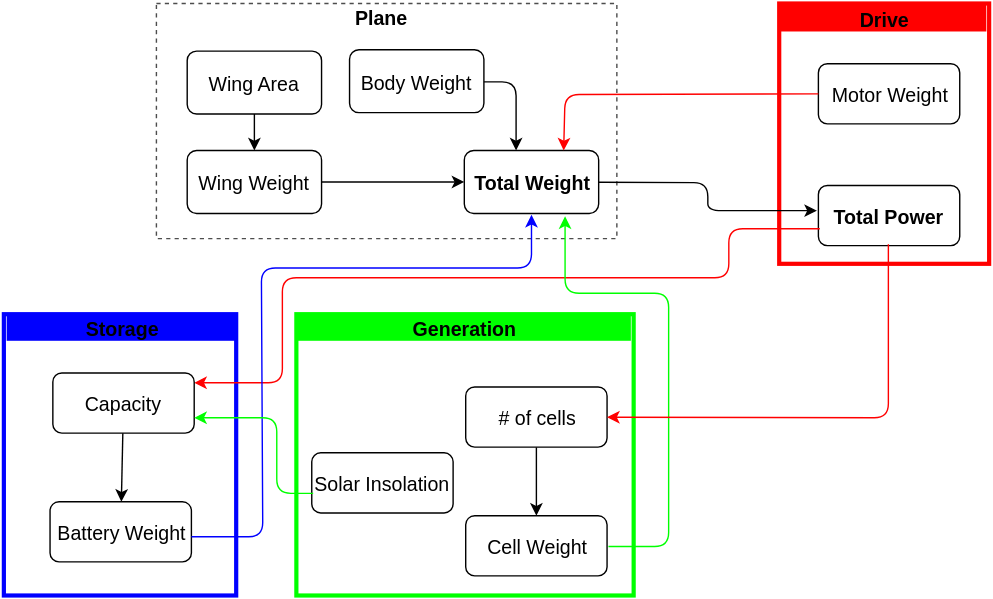
eae58cf1/eae58cf1.github.com keeps this draw.io diagram as assets/projects/perpetual/masterplan-parameters.svg. Above is the earlier version. Source tidied: cells renumbered, new cells last; positions are measured from the earlier drawing's top-left corner, leaving out a move shared by most shapes.
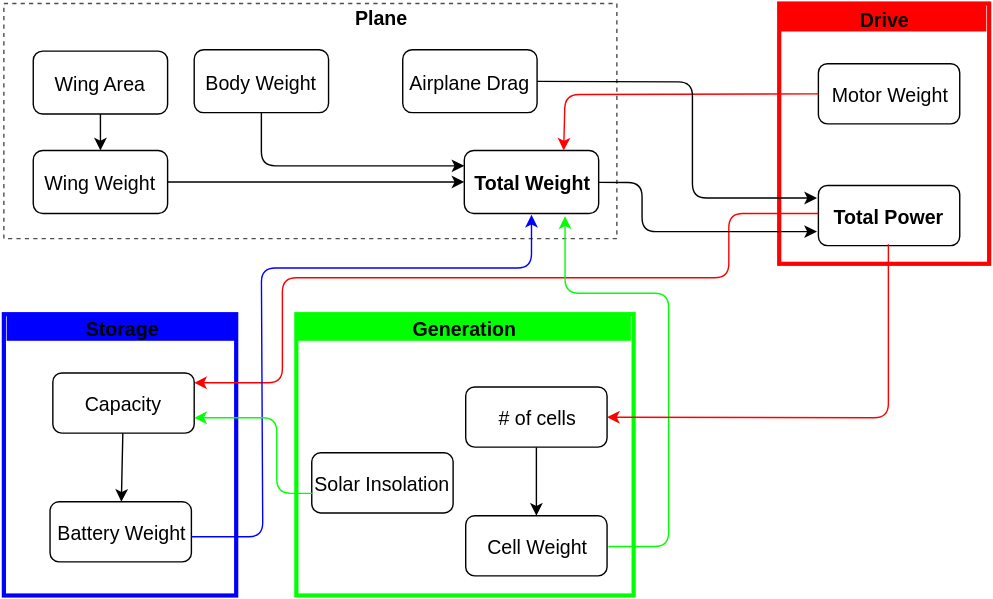
Later version of the same file.

What changed in the source:
```diff
@@ -9,31 +9,30 @@
       <mxGeometry x="209" y="222" width="241" height="201" as="geometry" />
     </mxCell>
     <mxCell id="4" style="whiteSpace=wrap;html=1;fontSize=14;dashed=1;strokeColor=#4D4D4D;" parent="1" vertex="1">
-      <mxGeometry x="109" width="329" height="168" as="geometry" />
+      <mxGeometry width="438" height="168" as="geometry" />
     </mxCell>
     <mxCell id="5" value="Plane" style="text;html=1;strokeColor=none;fillColor=none;align=center;verticalAlign=middle;whiteSpace=wrap;fontStyle=1;fontSize=14;" parent="1" vertex="1">
       <mxGeometry x="250" width="40" height="20" as="geometry" />
     </mxCell>
     <mxCell id="6" value="Wing Area" style="rounded=1;whiteSpace=wrap;html=1;fontSize=14;" parent="1" vertex="1">
-      <mxGeometry x="131" y="34" width="96" height="45" as="geometry" />
+      <mxGeometry x="21" y="34" width="96" height="45" as="geometry" />
     </mxCell>
     <mxCell id="7" value="Wing Weight" style="rounded=1;whiteSpace=wrap;html=1;fontSize=14;" parent="1" vertex="1">
-      <mxGeometry x="131" y="105" width="96" height="45" as="geometry" />
+      <mxGeometry x="21" y="105" width="96" height="45" as="geometry" />
     </mxCell>
     <mxCell id="8" style="edgeStyle=orthogonalEdgeStyle;rounded=0;html=1;jettySize=auto;fontSize=14;" parent="1" edge="1" source="6" target="7">
       <mxGeometry relative="1" as="geometry" />
     </mxCell>
     <mxCell id="9" value="Body Weight" style="rounded=1;whiteSpace=wrap;html=1;fontSize=14;" parent="1" vertex="1">
-      <mxGeometry x="247" y="33" width="96" height="45" as="geometry" />
+      <mxGeometry x="136" y="33" width="96" height="45" as="geometry" />
     </mxCell>
     <mxCell id="10" value="Total Weight" style="rounded=1;whiteSpace=wrap;html=1;fontSize=14;fontStyle=1;" parent="1" vertex="1">
       <mxGeometry x="329" y="105" width="96" height="45" as="geometry" />
     </mxCell>
-    <mxCell id="11" style="endArrow=classic;html=1;fontSize=14;exitX=1;exitY=0.511;exitPerimeter=0;" parent="1" edge="1" source="9">
+    <mxCell id="11" style="endArrow=classic;html=1;fontSize=14;entryX=0;entryY=0.244;entryPerimeter=0;" parent="1" edge="1" source="9" target="10">
       <mxGeometry relative="1" as="geometry">
-        <mxPoint x="366" y="105" as="targetPoint" />
         <Array as="points">
-          <mxPoint x="366" y="56" />
+          <mxPoint x="184" y="116" />
         </Array>
       </mxGeometry>
     </mxCell>
@@ -55,22 +54,23 @@
     <mxCell id="17" value="Battery Weight" style="rounded=1;whiteSpace=wrap;html=1;fontSize=14;" parent="1" vertex="1">
       <mxGeometry x="33" y="356" width="101" height="43" as="geometry" />
     </mxCell>
-    <mxCell id="18" style="endArrow=classic;html=1;strokeColor=#FF0000;fontSize=14;entryX=1;entryY=0.163;entryPerimeter=0;" parent="1" edge="1" target="24">
+    <mxCell id="18" style="endArrow=classic;html=1;strokeColor=#FF0000;fontSize=14;entryX=1;entryY=0.163;entryPerimeter=0;exitX=0;exitY=0.465;exitPerimeter=0;" parent="1" edge="1" source="16" target="24">
       <mxGeometry relative="1" as="geometry">
-        <mxPoint x="583" y="161" as="sourcePoint" />
         <Array as="points">
-          <mxPoint x="518" y="161" />
+          <mxPoint x="518" y="150" />
           <mxPoint x="518" y="196" />
           <mxPoint x="199" y="196" />
           <mxPoint x="199" y="271" />
         </Array>
       </mxGeometry>
     </mxCell>
-    <mxCell id="19" style="endArrow=classic;html=1;fontSize=14;entryX=-0.01;entryY=0.419;entryPerimeter=0;" parent="1" edge="1" source="10" target="16">
+    <mxCell id="19" style="endArrow=classic;html=1;fontSize=14;" parent="1" edge="1" source="10">
       <mxGeometry relative="1" as="geometry">
+        <mxPoint x="581" y="163" as="targetPoint" />
         <Array as="points">
-          <mxPoint x="503" y="128" />
-          <mxPoint x="503" y="148" />
+          <mxPoint x="456" y="128" />
+          <mxPoint x="456" y="163" />
+          <mxPoint x="503" y="163" />
         </Array>
       </mxGeometry>
     </mxCell>
@@ -139,5 +139,16 @@
         </Array>
       </mxGeometry>
     </mxCell>
+    <mxCell id="33" value="Airplane Drag" style="rounded=1;whiteSpace=wrap;html=1;fontSize=14;" parent="1" vertex="1">
+      <mxGeometry x="285" y="33" width="96" height="45" as="geometry" />
+    </mxCell>
+    <mxCell id="34" style="endArrow=classic;html=1;strokeColor=#000000;fontSize=14;entryX=-0.01;entryY=0.209;entryPerimeter=0;" parent="1" edge="1" source="33" target="16">
+      <mxGeometry relative="1" as="geometry">
+        <Array as="points">
+          <mxPoint x="492" y="56" />
+          <mxPoint x="492" y="139" />
+        </Array>
+      </mxGeometry>
+    </mxCell>
   </root>
 </mxGraphModel>
```
